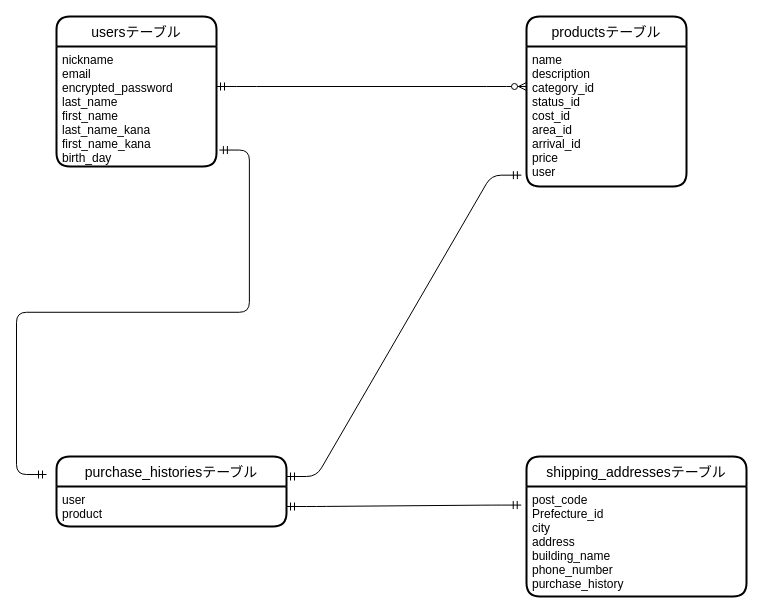
Rakuto-NOV/furima-38085 keeps this draw.io diagram as furima.dio. Above is the earlier version. Source tidied: cells renumbered, new cells numbered last; positions are measured from the earlier drawing's top-left corner, leaving out a move shared by most shapes. Both pictures are drawn from the tidied source at 100%, with x=0, y=0 at pixel (46, 16).
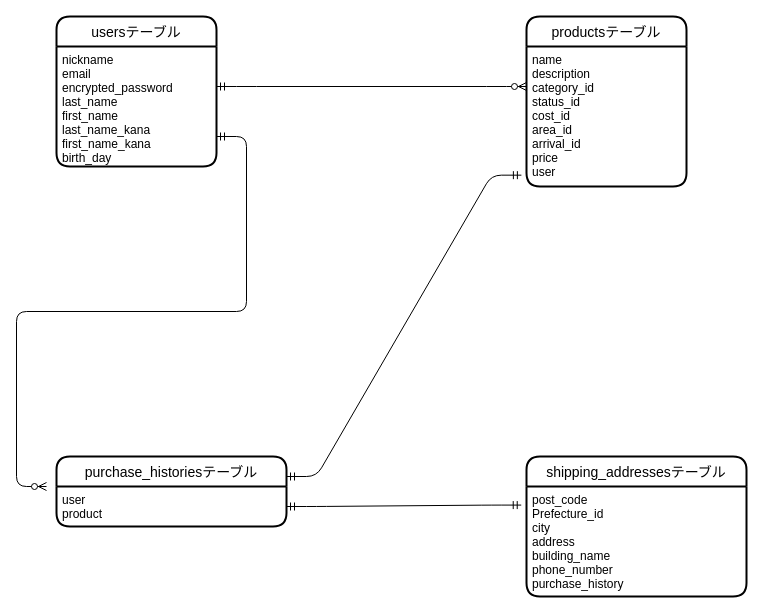
The same page after the edit.

Commit message (it also covers changes not shown here):
データベース設計　修正

Diff of the diagram source:
```diff
@@
 <mxGraphModel>
   <root>
     <mxCell id="0" />
     <mxCell id="1" parent="0" />
     <mxCell id="2" value="usersテーブル" style="swimlane;horizontal=1;startSize=30;rounded=1;fontSize=14;fontStyle=0;strokeWidth=2;shadow=0;dashed=0;align=center;" parent="1" vertex="1">
       <mxGeometry x="10" width="160" height="150" as="geometry" />
     </mxCell>
     <mxCell id="3" value="nickname&#10;email&#10;encrypted_password&#10;last_name &#10;first_name&#10;last_name_kana&#10;first_name_kana&#10;birth_day" style="align=left;strokeColor=none;fillColor=none;spacingLeft=4;fontSize=12;verticalAlign=top;" parent="2" vertex="1">
       <mxGeometry y="30" width="160" height="120" as="geometry" />
     </mxCell>
     <mxCell id="4" value="productsテーブル" style="swimlane;horizontal=1;startSize=30;rounded=1;fontSize=14;fontStyle=0;strokeWidth=2;shadow=0;dashed=0;align=center;" parent="1" vertex="1">
       <mxGeometry x="480" width="160" height="170" as="geometry" />
     </mxCell>
     <mxCell id="5" value="name&#10;description&#10;category_id&#10;status_id&#10;cost_id&#10;area_id&#10;arrival_id&#10;price&#10;user" style="align=left;strokeColor=none;fillColor=none;spacingLeft=4;fontSize=12;verticalAlign=top;" parent="4" vertex="1">
       <mxGeometry y="30" width="160" height="140" as="geometry" />
     </mxCell>
     <mxCell id="6" value="purchase_historiesテーブル" style="swimlane;horizontal=1;startSize=30;rounded=1;fontSize=14;fontStyle=0;strokeWidth=2;shadow=0;dashed=0;align=center;" parent="1" vertex="1">
       <mxGeometry x="10" y="440" width="230" height="70" as="geometry" />
     </mxCell>
     <mxCell id="7" value="user&#10;product" style="align=left;strokeColor=none;fillColor=none;spacingLeft=4;fontSize=12;verticalAlign=top;" parent="6" vertex="1">
       <mxGeometry y="30" width="230" height="40" as="geometry" />
     </mxCell>
     <mxCell id="8" value="shipping_addressesテーブル" style="swimlane;horizontal=1;startSize=30;rounded=1;fontSize=14;fontStyle=0;strokeWidth=2;shadow=0;dashed=0;align=center;" parent="1" vertex="1">
       <mxGeometry x="480" y="440" width="220" height="140" as="geometry" />
     </mxCell>
     <mxCell id="9" value="post_code&#10;Prefecture_id&#10;city&#10;address&#10;building_name&#10;phone_number&#10;purchase_history" style="align=left;strokeColor=none;fillColor=none;spacingLeft=4;fontSize=12;verticalAlign=top;" parent="8" vertex="1">
       <mxGeometry y="30" width="220" height="110" as="geometry" />
     </mxCell>
     <mxCell id="10" style="edgeStyle=entityRelationEdgeStyle;fontSize=12;html=1;endArrow=ERzeroToMany;startArrow=ERmandOne;" parent="1" edge="1">
       <mxGeometry relative="1" as="geometry">
         <mxPoint x="170" y="70" as="sourcePoint" />
         <mxPoint x="480" y="70" as="targetPoint" />
       </mxGeometry>
     </mxCell>
-    <mxCell id="11" style="edgeStyle=entityRelationEdgeStyle;fontSize=12;html=1;endArrow=ERmandOne;startArrow=ERmandOne;exitX=1.018;exitY=0.863;exitDx=0;exitDy=0;exitPerimeter=0;" parent="1" edge="1" source="3">
-      <mxGeometry relative="1" as="geometry">
-        <mxPoint y="458" as="targetPoint" />
-      </mxGeometry>
-    </mxCell>
     <mxCell id="12" style="edgeStyle=entityRelationEdgeStyle;fontSize=12;html=1;endArrow=ERmandOne;startArrow=ERmandOne;entryX=-0.032;entryY=0.919;entryDx=0;entryDy=0;entryPerimeter=0;" parent="1" edge="1" target="5">
       <mxGeometry relative="1" as="geometry">
         <mxPoint x="240" y="460" as="sourcePoint" />
       </mxGeometry>
     </mxCell>
     <mxCell id="13" style="edgeStyle=entityRelationEdgeStyle;fontSize=12;html=1;endArrow=ERmandOne;startArrow=ERmandOne;entryX=-0.024;entryY=0.169;entryDx=0;entryDy=0;entryPerimeter=0;" parent="1" edge="1" target="9">
       <mxGeometry relative="1" as="geometry">
         <mxPoint x="240" y="490" as="sourcePoint" />
       </mxGeometry>
     </mxCell>
+    <mxCell id="14" style="edgeStyle=entityRelationEdgeStyle;fontSize=12;html=1;endArrow=ERzeroToMany;startArrow=ERmandOne;exitX=1;exitY=0.75;exitDx=0;exitDy=0;" parent="1" edge="1" source="3">
+      <mxGeometry relative="1" as="geometry">
+        <mxPoint y="470" as="targetPoint" />
+      </mxGeometry>
+    </mxCell>
   </root>
 </mxGraphModel>
```
